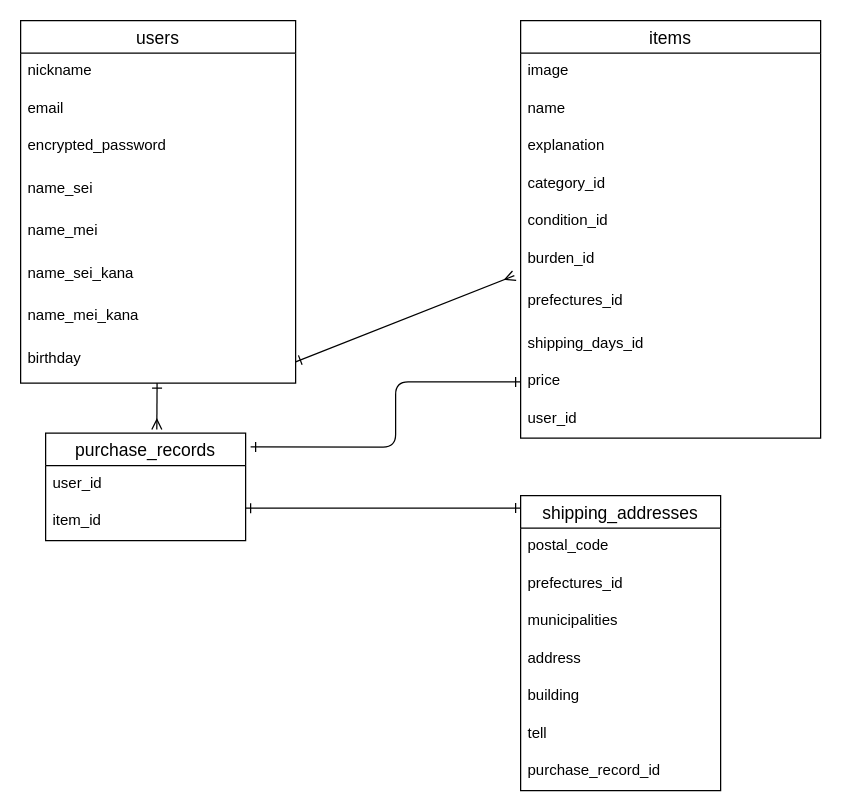
kazuhiro-na/furima-37427 keeps this draw.io diagram as ER.dio. Above is the earlier version. Source tidied: cells renumbered, new cells numbered last; positions are measured from the earlier drawing's top-left corner, leaving out a move shared by most shapes. Both pictures are drawn from the tidied source at 125%, with x=0, y=0 at pixel (20, 20).
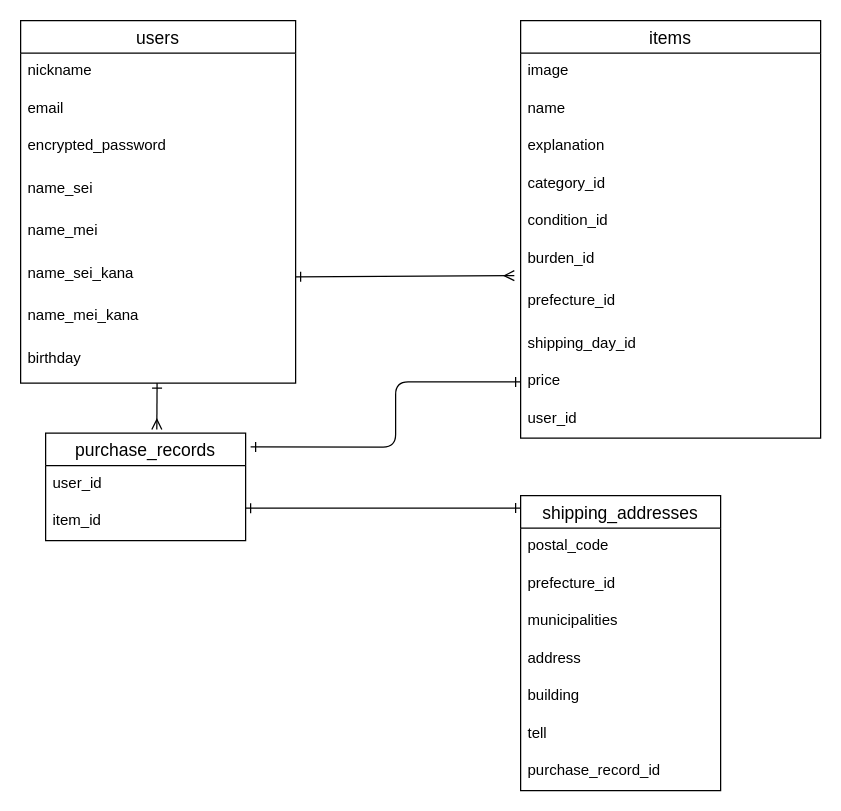
After the change.

Commit message (it also covers changes not shown here):
データベース設計の修正2

The change refers to these unchanged cells:
```xml
<mxCell id="9" value="name_sei_kana" style="text;strokeColor=none;fillColor=none;spacingLeft=4;spacingRight=4;overflow=hidden;points=[[0,0.5],[1,0.5]];portConstraint=eastwest;fontSize=12;" parent="3" vertex="1">
  <mxGeometry y="188" width="220" height="34" as="geometry" />
</mxCell>
<mxCell id="11" value="birthday" style="text;strokeColor=none;fillColor=none;spacingLeft=4;spacingRight=4;overflow=hidden;points=[[0,0.5],[1,0.5]];portConstraint=eastwest;fontSize=12;" parent="3" vertex="1">
  <mxGeometry y="256" width="220" height="34" as="geometry" />
</mxCell>
<mxCell id="12" value="items" style="swimlane;fontStyle=0;horizontal=1;startSize=26;align=center;fontSize=14;" parent="1" vertex="1">
  <mxGeometry x="400" width="240" height="334" as="geometry" />
</mxCell>
<mxCell id="18" value="burden_id" style="text;strokeColor=none;fillColor=none;spacingLeft=4;spacingRight=4;overflow=hidden;points=[[0,0.5],[1,0.5]];portConstraint=eastwest;fontSize=12;" parent="12" vertex="1">
  <mxGeometry y="176" width="240" height="34" as="geometry" />
</mxCell>
<mxCell id="27" value="shipping_addresses" style="swimlane;fontStyle=0;horizontal=1;startSize=26;align=center;fontSize=14;" parent="1" vertex="1">
  <mxGeometry x="400" y="380" width="160" height="236" as="geometry" />
</mxCell>
```

Change to the diagram source:
```diff
@@
-    <mxCell id="19" value="prefectures_id" style="text;strokeColor=none;fillColor=none;spacingLeft=4;spacingRight=4;overflow=hidden;fontSize=12;" parent="12" vertex="1">
+    <mxCell id="19" value="prefecture_id" style="text;strokeColor=none;fillColor=none;spacingLeft=4;spacingRight=4;overflow=hidden;fontSize=12;" parent="12" vertex="1">
       <mxGeometry y="210" width="240" height="34" as="geometry" />
     </mxCell>
-    <mxCell id="20" value="shipping_days_id" style="text;strokeColor=none;fillColor=none;spacingLeft=4;spacingRight=4;overflow=hidden;fontSize=12;" parent="12" vertex="1">
+    <mxCell id="20" value="shipping_day_id" style="text;strokeColor=none;fillColor=none;spacingLeft=4;spacingRight=4;overflow=hidden;fontSize=12;" parent="12" vertex="1">
       <mxGeometry y="244" width="240" height="30" as="geometry" />
     </mxCell>
@@
-    <mxCell id="23" style="edgeStyle=none;html=1;exitX=1;exitY=0.5;exitDx=0;exitDy=0;rounded=1;startArrow=ERone;startFill=0;endArrow=ERmany;endFill=0;entryX=-0.021;entryY=0.824;entryDx=0;entryDy=0;entryPerimeter=0;strokeWidth=1;" parent="1" edge="1" source="11" target="18">
+    <mxCell id="23" style="edgeStyle=none;html=1;exitX=1;exitY=0.5;exitDx=0;exitDy=0;rounded=1;startArrow=ERone;startFill=0;endArrow=ERmany;endFill=0;entryX=-0.021;entryY=0.824;entryDx=0;entryDy=0;entryPerimeter=0;strokeWidth=1;" parent="1" edge="1" source="9" target="18">
       <mxGeometry relative="1" as="geometry" />
     </mxCell>
@@
-    <mxCell id="29" value="prefectures_id" style="text;strokeColor=none;fillColor=none;spacingLeft=4;spacingRight=4;overflow=hidden;fontSize=12;" parent="27" vertex="1">
+    <mxCell id="29" value="prefecture_id" style="text;strokeColor=none;fillColor=none;spacingLeft=4;spacingRight=4;overflow=hidden;fontSize=12;" parent="27" vertex="1">
       <mxGeometry y="56" width="160" height="30" as="geometry" />
     </mxCell>
```
